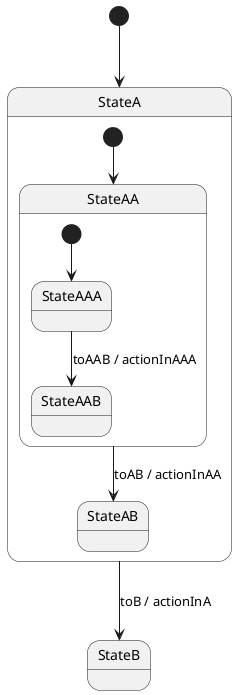
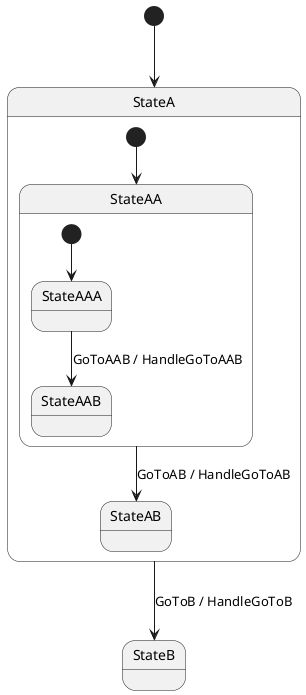
@startuml Composite States

state StateA {
    state StateAA {
        [*] --> StateAAA
-         StateAAA --> StateAAB : toAAB / actionInAAA
+         StateAAA --> StateAAB : GoToAAB / HandleGoToAAB
    }
    state StateAB

    [*] --> StateAA
-     StateAA --> StateAB : toAB / actionInAA
+     StateAA --> StateAB : GoToAB / HandleGoToAB
}

state StateB

[*] --> StateA
- StateA --> StateB : toB / actionInA
+ StateA --> StateB : GoToB / HandleGoToB

@enduml
